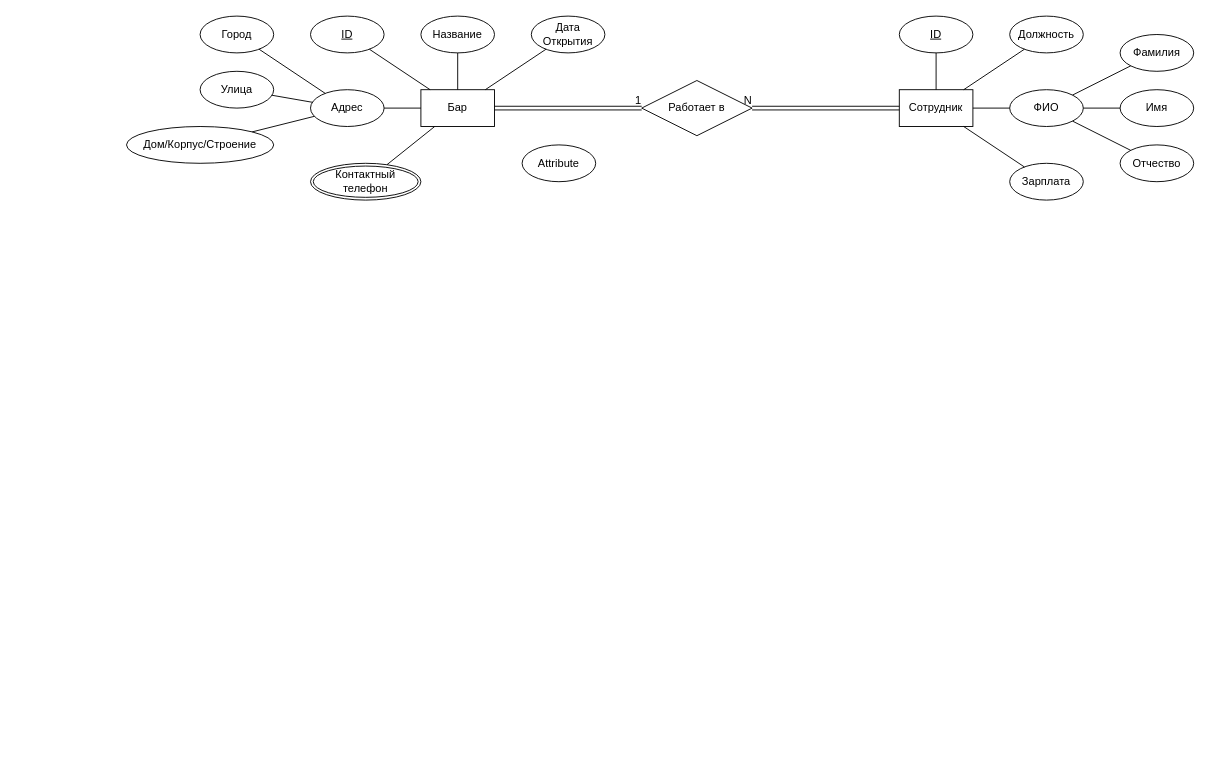
randomunrandom/pkis keeps this draw.io diagram as erm.drawio. Above is the earlier version. Source tidied: cells renumbered, new cells numbered last; positions are measured from the earlier drawing's top-left corner, leaving out a move shared by most shapes. Both pictures are drawn from the tidied source at 92%, with x=0, y=0 at pixel (126, 16).
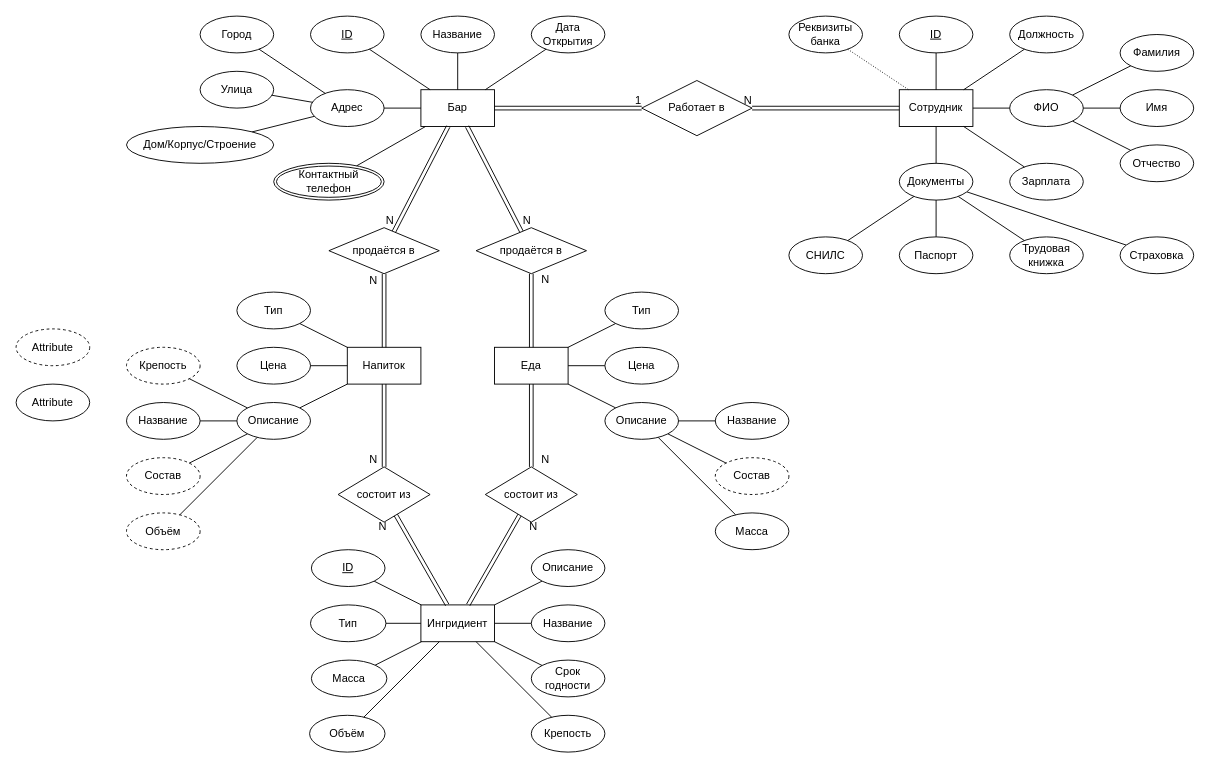
Above is the later version.

The change refers to these unchanged cells:
```xml
<mxCell id="2" value="Бар" style="whiteSpace=wrap;html=1;align=center;" parent="1" vertex="1">
  <mxGeometry x="320" y="80" width="80" height="40" as="geometry" />
</mxCell>
<mxCell id="23" value="Сотрудник" style="whiteSpace=wrap;html=1;align=center;" parent="1" vertex="1">
  <mxGeometry x="840" y="80" width="80" height="40" as="geometry" />
</mxCell>
```

What changed in the source:
```diff
@@
     <mxCell id="18" value="Attribute" style="ellipse;whiteSpace=wrap;html=1;align=center;" parent="1" vertex="1">
-      <mxGeometry x="430" y="140" width="80" height="40" as="geometry" />
+      <mxGeometry x="-120" y="400" width="80" height="40" as="geometry" />
     </mxCell>
     <mxCell id="19" value="Контактный телефон" style="ellipse;shape=doubleEllipse;margin=3;whiteSpace=wrap;html=1;align=center;" parent="1" vertex="1">
-      <mxGeometry x="200" y="160" width="120" height="40" as="geometry" />
+      <mxGeometry x="160" y="160" width="120" height="40" as="geometry" />
     </mxCell>
@@
+    <mxCell id="40" style="rounded=0;jettySize=auto;html=1;endArrow=none;endFill=0;" parent="1" edge="1" source="44" target="48">
+      <mxGeometry relative="1" as="geometry" />
+    </mxCell>
+    <mxCell id="41" style="rounded=0;jettySize=auto;html=1;endArrow=none;endFill=0;" parent="1" edge="1" source="44" target="47">
+      <mxGeometry relative="1" as="geometry" />
+    </mxCell>
+    <mxCell id="42" style="edgeStyle=none;rounded=0;jettySize=auto;html=1;endArrow=none;endFill=0;" parent="1" edge="1" source="44" target="46">
+      <mxGeometry relative="1" as="geometry" />
+    </mxCell>
+    <mxCell id="43" style="edgeStyle=none;rounded=0;jettySize=auto;html=1;endArrow=none;endFill=0;" parent="1" edge="1" source="44" target="45">
+      <mxGeometry relative="1" as="geometry" />
+    </mxCell>
+    <mxCell id="44" value="Документы" style="ellipse;whiteSpace=wrap;html=1;align=center;" parent="1" vertex="1">
+      <mxGeometry x="840" y="160" width="80" height="40" as="geometry" />
+    </mxCell>
+    <mxCell id="45" value="Страховка" style="ellipse;whiteSpace=wrap;html=1;align=center;" parent="1" vertex="1">
+      <mxGeometry x="1080" y="240" width="80" height="40" as="geometry" />
+    </mxCell>
+    <mxCell id="46" value="СНИЛС" style="ellipse;whiteSpace=wrap;html=1;align=center;" parent="1" vertex="1">
+      <mxGeometry x="720" y="240" width="80" height="40" as="geometry" />
+    </mxCell>
+    <mxCell id="47" value="Трудовая книжка" style="ellipse;whiteSpace=wrap;html=1;align=center;" parent="1" vertex="1">
+      <mxGeometry x="960" y="240" width="80" height="40" as="geometry" />
+    </mxCell>
+    <mxCell id="48" value="Паспорт" style="ellipse;whiteSpace=wrap;html=1;align=center;" parent="1" vertex="1">
+      <mxGeometry x="840" y="240" width="80" height="40" as="geometry" />
+    </mxCell>
+    <mxCell id="49" style="endArrow=none;html=1;rounded=0;" parent="1" edge="1" source="44" target="23">
+      <mxGeometry relative="1" as="geometry" />
+    </mxCell>
+    <mxCell id="50" value="Реквизиты банка" style="ellipse;whiteSpace=wrap;html=1;align=center;" parent="1" vertex="1">
+      <mxGeometry x="720" width="80" height="40" as="geometry" />
+    </mxCell>
+    <mxCell id="51" style="endArrow=none;html=1;rounded=0;dashed=1;dashPattern=1 2;" parent="1" edge="1" source="50" target="23">
+      <mxGeometry relative="1" as="geometry" />
+    </mxCell>
+    <mxCell id="52" value="Еда" style="whiteSpace=wrap;html=1;align=center;" parent="1" vertex="1">
+      <mxGeometry x="400" y="360" width="80" height="40" as="geometry" />
+    </mxCell>
+    <mxCell id="53" value="Напиток" style="whiteSpace=wrap;html=1;align=center;" parent="1" vertex="1">
+      <mxGeometry x="240" y="360" width="80" height="40" as="geometry" />
+    </mxCell>
+    <mxCell id="54" value="продаётся в" style="shape=rhombus;perimeter=rhombusPerimeter;whiteSpace=wrap;html=1;align=center;" parent="1" vertex="1">
+      <mxGeometry x="220" y="230" width="120" height="50" as="geometry" />
+    </mxCell>
+    <mxCell id="55" style="shape=link;html=1;rounded=0;endArrow=none;endFill=0;" parent="1" edge="1" source="2" target="54">
+      <mxGeometry relative="1" as="geometry" />
+    </mxCell>
+    <mxCell id="56" value="N" style="html=1;align=right;verticalAlign=bottom;" parent="55" vertex="1">
+      <mxGeometry x="1" relative="1" as="geometry">
+        <mxPoint y="-4.6" as="offset" />
+      </mxGeometry>
+    </mxCell>
+    <mxCell id="57" style="shape=link;html=1;rounded=0;endArrow=none;endFill=0;" parent="1" edge="1" source="53" target="54">
+      <mxGeometry relative="1" as="geometry" />
+    </mxCell>
+    <mxCell id="58" value="N" style="html=1;align=right;verticalAlign=bottom;direction=south;" parent="57" vertex="1">
+      <mxGeometry x="1" relative="1" as="geometry">
+        <mxPoint x="-7" y="16" as="offset" />
+      </mxGeometry>
+    </mxCell>
+    <mxCell id="59" style="shape=link;html=1;rounded=0;endArrow=none;endFill=0;" parent="1" edge="1" source="52" target="61">
+      <mxGeometry relative="1" as="geometry" />
+    </mxCell>
+    <mxCell id="60" value="N" style="html=1;align=right;verticalAlign=bottom;" parent="59" vertex="1">
+      <mxGeometry x="1" relative="1" as="geometry">
+        <mxPoint x="20" y="15.1" as="offset" />
+      </mxGeometry>
+    </mxCell>
+    <mxCell id="61" value="продаётся в" style="shape=rhombus;perimeter=rhombusPerimeter;whiteSpace=wrap;html=1;align=center;" parent="1" vertex="1">
+      <mxGeometry x="380" y="230" width="120" height="50" as="geometry" />
+    </mxCell>
+    <mxCell id="62" style="shape=link;html=1;rounded=0;endArrow=none;endFill=0;" parent="1" edge="1" source="2" target="61">
+      <mxGeometry relative="1" as="geometry" />
+    </mxCell>
+    <mxCell id="63" value="N" style="html=1;align=right;verticalAlign=bottom;" parent="62" vertex="1">
+      <mxGeometry x="1" relative="1" as="geometry">
+        <mxPoint x="10.5" y="-4.6" as="offset" />
+      </mxGeometry>
+    </mxCell>
+    <mxCell id="64" value="состоит из" style="shape=rhombus;perimeter=rhombusPerimeter;whiteSpace=wrap;html=1;align=center;" parent="1" vertex="1">
+      <mxGeometry x="230" y="490" width="100" height="60" as="geometry" />
+    </mxCell>
+    <mxCell id="65" value="Цена" style="ellipse;whiteSpace=wrap;html=1;align=center;" parent="1" vertex="1">
+      <mxGeometry x="120" y="360" width="80" height="40" as="geometry" />
+    </mxCell>
+    <mxCell id="66" value="Цена" style="ellipse;whiteSpace=wrap;html=1;align=center;" parent="1" vertex="1">
+      <mxGeometry x="520" y="360" width="80" height="40" as="geometry" />
+    </mxCell>
+    <mxCell id="67" value="Тип" style="ellipse;whiteSpace=wrap;html=1;align=center;" parent="1" vertex="1">
+      <mxGeometry x="120" y="300" width="80" height="40" as="geometry" />
+    </mxCell>
+    <mxCell id="68" value="Тип" style="ellipse;whiteSpace=wrap;html=1;align=center;" parent="1" vertex="1">
+      <mxGeometry x="520" y="300" width="80" height="40" as="geometry" />
+    </mxCell>
+    <mxCell id="69" value="Attribute" style="ellipse;whiteSpace=wrap;html=1;align=center;dashed=1;" parent="1" vertex="1">
+      <mxGeometry x="-120" y="340" width="80" height="40" as="geometry" />
+    </mxCell>
+    <mxCell id="70" value="Крепость" style="ellipse;whiteSpace=wrap;html=1;align=center;dashed=1;" parent="1" vertex="1">
+      <mxGeometry y="360" width="80" height="40" as="geometry" />
+    </mxCell>
+    <mxCell id="71" value="Название" style="ellipse;whiteSpace=wrap;html=1;align=center;" parent="1" vertex="1">
+      <mxGeometry y="420" width="80" height="40" as="geometry" />
+    </mxCell>
+    <mxCell id="72" value="Описание" style="ellipse;whiteSpace=wrap;html=1;align=center;" parent="1" vertex="1">
+      <mxGeometry x="520" y="420" width="80" height="40" as="geometry" />
+    </mxCell>
+    <mxCell id="73" value="Название" style="ellipse;whiteSpace=wrap;html=1;align=center;" parent="1" vertex="1">
+      <mxGeometry x="640" y="420" width="80" height="40" as="geometry" />
+    </mxCell>
+    <mxCell id="74" value="Описание" style="ellipse;whiteSpace=wrap;html=1;align=center;" parent="1" vertex="1">
+      <mxGeometry x="120" y="420" width="80" height="40" as="geometry" />
+    </mxCell>
+    <mxCell id="75" value="Состав" style="ellipse;whiteSpace=wrap;html=1;align=center;dashed=1;" parent="1" vertex="1">
+      <mxGeometry x="640" y="480" width="80" height="40" as="geometry" />
+    </mxCell>
+    <mxCell id="76" value="Состав" style="ellipse;whiteSpace=wrap;html=1;align=center;dashed=1;" parent="1" vertex="1">
+      <mxGeometry y="480" width="80" height="40" as="geometry" />
+    </mxCell>
+    <mxCell id="77" value="состоит из" style="shape=rhombus;perimeter=rhombusPerimeter;whiteSpace=wrap;html=1;align=center;" parent="1" vertex="1">
+      <mxGeometry x="390" y="490" width="100" height="60" as="geometry" />
+    </mxCell>
+    <mxCell id="78" style="shape=link;html=1;rounded=0;endArrow=none;endFill=0;" parent="1" edge="1" source="53" target="64">
+      <mxGeometry relative="1" as="geometry" />
+    </mxCell>
+    <mxCell id="79" value="N" style="html=1;align=right;verticalAlign=bottom;direction=south;" parent="78" vertex="1">
+      <mxGeometry x="1" relative="1" as="geometry">
+        <mxPoint x="-7" as="offset" />
+      </mxGeometry>
+    </mxCell>
+    <mxCell id="80" style="shape=link;html=1;rounded=0;endArrow=none;endFill=0;" parent="1" edge="1" source="52" target="77">
+      <mxGeometry relative="1" as="geometry" />
+    </mxCell>
+    <mxCell id="81" value="N" style="html=1;align=right;verticalAlign=bottom;direction=south;" parent="80" vertex="1">
+      <mxGeometry x="1" relative="1" as="geometry">
+        <mxPoint x="20" as="offset" />
+      </mxGeometry>
+    </mxCell>
+    <mxCell id="82" value="Масса" style="ellipse;whiteSpace=wrap;html=1;align=center;" parent="1" vertex="1">
+      <mxGeometry x="640" y="540" width="80" height="40" as="geometry" />
+    </mxCell>
+    <mxCell id="83" style="endArrow=none;html=1;rounded=0;" parent="1" edge="1" source="67" target="53">
+      <mxGeometry relative="1" as="geometry" />
+    </mxCell>
+    <mxCell id="84" value="Объём" style="ellipse;whiteSpace=wrap;html=1;align=center;dashed=1;" parent="1" vertex="1">
+      <mxGeometry y="540" width="80" height="40" as="geometry" />
+    </mxCell>
+    <mxCell id="85" style="endArrow=none;html=1;rounded=0;" parent="1" edge="1" source="65" target="53">
+      <mxGeometry relative="1" as="geometry" />
+    </mxCell>
+    <mxCell id="86" style="endArrow=none;html=1;rounded=0;" parent="1" edge="1" source="74" target="53">
+      <mxGeometry relative="1" as="geometry" />
+    </mxCell>
+    <mxCell id="87" style="endArrow=none;html=1;rounded=0;" parent="1" edge="1" source="74" target="70">
+      <mxGeometry relative="1" as="geometry" />
+    </mxCell>
+    <mxCell id="88" style="endArrow=none;html=1;rounded=0;" parent="1" edge="1" source="74" target="71">
+      <mxGeometry relative="1" as="geometry" />
+    </mxCell>
+    <mxCell id="89" style="endArrow=none;html=1;rounded=0;" parent="1" edge="1" source="74" target="76">
+      <mxGeometry relative="1" as="geometry" />
+    </mxCell>
+    <mxCell id="90" style="endArrow=none;html=1;rounded=0;" parent="1" edge="1" source="74" target="84">
+      <mxGeometry relative="1" as="geometry" />
+    </mxCell>
+    <mxCell id="91" style="endArrow=none;html=1;rounded=0;" parent="1" edge="1" source="52" target="68">
+      <mxGeometry relative="1" as="geometry" />
+    </mxCell>
+    <mxCell id="92" style="endArrow=none;html=1;rounded=0;" parent="1" edge="1" source="52" target="66">
+      <mxGeometry relative="1" as="geometry" />
+    </mxCell>
+    <mxCell id="93" style="endArrow=none;html=1;rounded=0;" parent="1" edge="1" source="52" target="72">
+      <mxGeometry relative="1" as="geometry" />
+    </mxCell>
+    <mxCell id="94" style="endArrow=none;html=1;rounded=0;" parent="1" edge="1" source="72" target="73">
+      <mxGeometry relative="1" as="geometry" />
+    </mxCell>
+    <mxCell id="95" style="endArrow=none;html=1;rounded=0;" parent="1" edge="1" source="72" target="75">
+      <mxGeometry relative="1" as="geometry" />
+    </mxCell>
+    <mxCell id="96" style="endArrow=none;html=1;rounded=0;" parent="1" edge="1" source="72" target="82">
+      <mxGeometry relative="1" as="geometry" />
+    </mxCell>
+    <mxCell id="97" style="edgeStyle=none;rounded=0;jettySize=auto;html=1;endArrow=none;endFill=0;" parent="1" edge="1" source="99" target="104">
+      <mxGeometry relative="1" as="geometry" />
+    </mxCell>
+    <mxCell id="98" style="edgeStyle=none;rounded=0;jettySize=auto;html=1;endArrow=none;endFill=0;" parent="1" edge="1" source="99" target="105">
+      <mxGeometry relative="1" as="geometry" />
+    </mxCell>
+    <mxCell id="99" value="Ингридиент" style="whiteSpace=wrap;html=1;align=center;" parent="1" vertex="1">
+      <mxGeometry x="320" y="640" width="80" height="40" as="geometry" />
+    </mxCell>
+    <mxCell id="100" style="shape=link;html=1;rounded=0;endArrow=none;endFill=0;" parent="1" edge="1" source="99" target="77">
+      <mxGeometry relative="1" as="geometry" />
+    </mxCell>
+    <mxCell id="101" value="N" style="html=1;align=right;verticalAlign=bottom;direction=south;" parent="100" vertex="1">
+      <mxGeometry x="1" relative="1" as="geometry">
+        <mxPoint x="20" y="20" as="offset" />
+      </mxGeometry>
+    </mxCell>
+    <mxCell id="102" style="shape=link;html=1;rounded=0;endArrow=none;endFill=0;" parent="1" edge="1" source="99" target="64">
+      <mxGeometry relative="1" as="geometry" />
+    </mxCell>
+    <mxCell id="103" value="N" style="html=1;align=right;verticalAlign=bottom;direction=south;" parent="102" vertex="1">
+      <mxGeometry x="1" relative="1" as="geometry">
+        <mxPoint x="-10" y="20" as="offset" />
+      </mxGeometry>
+    </mxCell>
+    <mxCell id="104" value="Описание" style="ellipse;whiteSpace=wrap;html=1;align=center;" parent="1" vertex="1">
+      <mxGeometry x="440" y="580" width="80" height="40" as="geometry" />
+    </mxCell>
+    <mxCell id="105" value="Название" style="ellipse;whiteSpace=wrap;html=1;align=center;" parent="1" vertex="1">
+      <mxGeometry x="440" y="640" width="80" height="40" as="geometry" />
+    </mxCell>
+    <mxCell id="106" value="Срок годности" style="ellipse;whiteSpace=wrap;html=1;align=center;" parent="1" vertex="1">
+      <mxGeometry x="440" y="700" width="80" height="40" as="geometry" />
+    </mxCell>
+    <mxCell id="107" style="edgeStyle=none;rounded=0;jettySize=auto;html=1;endArrow=none;endFill=0;" parent="1" edge="1" source="99" target="110">
+      <mxGeometry relative="1" as="geometry" />
+    </mxCell>
+    <mxCell id="108" style="edgeStyle=none;rounded=0;jettySize=auto;html=1;endArrow=none;endFill=0;" parent="1" edge="1" source="109" target="99">
+      <mxGeometry relative="1" as="geometry" />
+    </mxCell>
+    <mxCell id="109" value="Тип" style="ellipse;whiteSpace=wrap;html=1;align=center;" parent="1" vertex="1">
+      <mxGeometry x="200" y="640" width="82" height="40" as="geometry" />
+    </mxCell>
+    <mxCell id="110" value="ID" style="ellipse;whiteSpace=wrap;html=1;align=center;fontStyle=4;" parent="1" vertex="1">
+      <mxGeometry x="201" y="580" width="80" height="40" as="geometry" />
+    </mxCell>
+    <mxCell id="111" value="Масса" style="ellipse;whiteSpace=wrap;html=1;align=center;" parent="1" vertex="1">
+      <mxGeometry x="201" y="700" width="82" height="40" as="geometry" />
+    </mxCell>
+    <mxCell id="112" value="Объём" style="ellipse;whiteSpace=wrap;html=1;align=center;" parent="1" vertex="1">
+      <mxGeometry x="199" y="760" width="82" height="40" as="geometry" />
+    </mxCell>
+    <mxCell id="113" value="Крепость" style="ellipse;whiteSpace=wrap;html=1;align=center;" parent="1" vertex="1">
+      <mxGeometry x="440" y="760" width="80" height="40" as="geometry" />
+    </mxCell>
+    <mxCell id="114" style="edgeStyle=none;rounded=0;jettySize=auto;html=1;endArrow=none;endFill=0;" parent="1" edge="1" source="111" target="99">
+      <mxGeometry relative="1" as="geometry" />
+    </mxCell>
+    <mxCell id="115" style="edgeStyle=none;rounded=0;jettySize=auto;html=1;endArrow=none;endFill=0;" parent="1" edge="1" source="112" target="99">
+      <mxGeometry relative="1" as="geometry" />
+    </mxCell>
+    <mxCell id="116" style="edgeStyle=none;rounded=0;jettySize=auto;html=1;endArrow=none;endFill=0;" parent="1" edge="1" source="99" target="113">
+      <mxGeometry relative="1" as="geometry" />
+    </mxCell>
+    <mxCell id="117" style="edgeStyle=none;rounded=0;jettySize=auto;html=1;endArrow=none;endFill=0;" parent="1" edge="1" source="99" target="106">
+      <mxGeometry relative="1" as="geometry" />
+    </mxCell>
```
